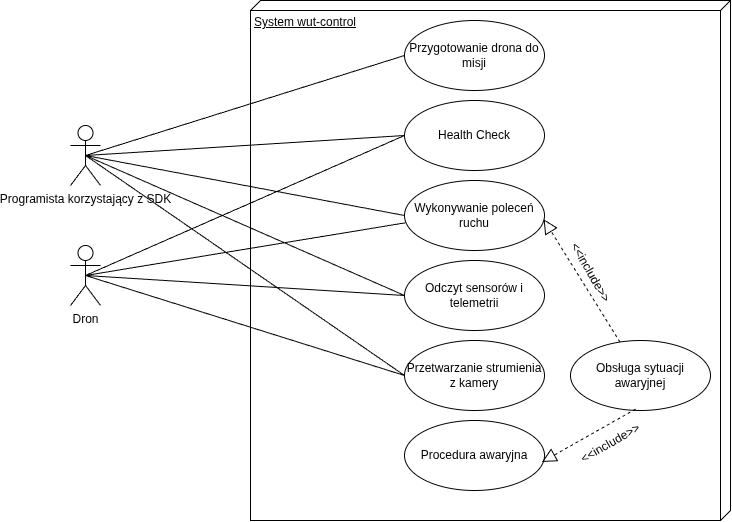
Above: docs/diagrams/use_case_diagram.png in FilipBaron/SDK_dron (draw.io), before the change. Source tidied: cells renumbered, new cells last; positions are measured from the earlier drawing's top-left corner, leaving out a move shared by most shapes. Its diagram source:
```xml
<mxGraphModel>
  <root>
    <mxCell id="0" />
    <mxCell id="1" parent="0" />
    <mxCell id="2" value="Programista korzystający z SDK" style="shape=umlActor;verticalLabelPosition=bottom;verticalAlign=top;html=1;labelPerimeter=1;" parent="1" vertex="1">
      <mxGeometry y="125" width="30" height="60" as="geometry" />
    </mxCell>
    <mxCell id="3" value="System wut-control&lt;div&gt;&lt;br&gt;&lt;/div&gt;" style="verticalAlign=top;align=left;spacingTop=8;spacingLeft=2;spacingRight=12;shape=cube;size=10;direction=south;fontStyle=4;html=1;whiteSpace=wrap;" parent="1" vertex="1">
      <mxGeometry x="180" width="480" height="520" as="geometry" />
    </mxCell>
    <mxCell id="4" value="Przygotowanie drona do misji" style="ellipse;whiteSpace=wrap;html=1;" parent="1" vertex="1">
      <mxGeometry x="334" y="20" width="140" height="70" as="geometry" />
    </mxCell>
    <mxCell id="5" value="Health Check" style="ellipse;whiteSpace=wrap;html=1;" parent="1" vertex="1">
      <mxGeometry x="334" y="100" width="140" height="70" as="geometry" />
    </mxCell>
    <mxCell id="6" value="Wykonywanie poleceń ruchu" style="ellipse;whiteSpace=wrap;html=1;" parent="1" vertex="1">
      <mxGeometry x="334" y="180" width="140" height="70" as="geometry" />
    </mxCell>
    <mxCell id="7" value="Odczyt sensorów i telemetrii" style="ellipse;whiteSpace=wrap;html=1;" parent="1" vertex="1">
      <mxGeometry x="334" y="260" width="140" height="70" as="geometry" />
    </mxCell>
    <mxCell id="8" value="Przetwarzanie strumienia z kamery" style="ellipse;whiteSpace=wrap;html=1;" parent="1" vertex="1">
      <mxGeometry x="334" y="340" width="140" height="70" as="geometry" />
    </mxCell>
    <mxCell id="9" value="Procedura awaryjna" style="ellipse;whiteSpace=wrap;html=1;" parent="1" vertex="1">
      <mxGeometry x="334" y="420" width="140" height="70" as="geometry" />
    </mxCell>
    <mxCell id="10" value="Obsługa sytuacji awaryjnej" style="ellipse;whiteSpace=wrap;html=1;" parent="1" vertex="1">
      <mxGeometry x="500" y="340" width="140" height="70" as="geometry" />
    </mxCell>
    <mxCell id="11" style="endArrow=block;dashed=1;endFill=0;endSize=12;html=1;rounded=0;defaultLabelBackgroundColor=page;entryX=0.994;entryY=0.554;entryDx=0;entryDy=0;entryPerimeter=0;" parent="1" edge="1" source="10" target="6">
      <mxGeometry relative="1" as="geometry" />
    </mxCell>
    <mxCell id="12" style="endArrow=block;dashed=1;endFill=0;endSize=12;html=1;rounded=0;defaultLabelBackgroundColor=page;exitX=0.465;exitY=0.98;exitDx=0;exitDy=0;exitPerimeter=0;entryX=0.982;entryY=0.593;entryDx=0;entryDy=0;entryPerimeter=0;" parent="1" edge="1" source="10" target="9">
      <mxGeometry relative="1" as="geometry" />
    </mxCell>
    <mxCell id="13" value="&amp;lt;&amp;lt;include&amp;gt;&amp;gt;" style="text;html=1;whiteSpace=wrap;strokeColor=none;fillColor=none;align=center;verticalAlign=middle;rounded=0;rotation=-30;" parent="1" vertex="1">
      <mxGeometry x="520" y="430" width="40" height="25" as="geometry" />
    </mxCell>
    <mxCell id="14" value="&amp;lt;&amp;lt;include&amp;gt;&amp;gt;" style="text;html=1;whiteSpace=wrap;strokeColor=none;fillColor=none;align=center;verticalAlign=middle;rounded=0;rotation=60;" parent="1" vertex="1">
      <mxGeometry x="500" y="260" width="40" height="25" as="geometry" />
    </mxCell>
    <mxCell id="15" value="Dron&lt;div&gt;&lt;br&gt;&lt;/div&gt;" style="shape=umlActor;verticalLabelPosition=bottom;verticalAlign=top;html=1;outlineConnect=0;labelPerimeter=1;" parent="1" vertex="1">
      <mxGeometry y="245" width="30" height="60" as="geometry" />
    </mxCell>
    <mxCell id="16" style="endArrow=none;html=1;rounded=0;defaultLabelBackgroundColor=page;entryX=0;entryY=0.5;entryDx=0;entryDy=0;exitX=0.5;exitY=0.5;exitDx=0;exitDy=0;exitPerimeter=0;endFill=0;" parent="1" edge="1" source="15" target="5">
      <mxGeometry relative="1" as="geometry" />
    </mxCell>
    <mxCell id="17" style="endArrow=none;html=1;rounded=0;defaultLabelBackgroundColor=page;exitX=0.5;exitY=0.5;exitDx=0;exitDy=0;exitPerimeter=0;entryX=0;entryY=0.5;entryDx=0;entryDy=0;endFill=0;" parent="1" edge="1" source="15" target="7">
      <mxGeometry relative="1" as="geometry" />
    </mxCell>
    <mxCell id="18" style="endArrow=none;html=1;rounded=0;defaultLabelBackgroundColor=page;exitX=0.5;exitY=0.5;exitDx=0;exitDy=0;exitPerimeter=0;entryX=0;entryY=0.5;entryDx=0;entryDy=0;endFill=0;" parent="1" edge="1" source="15" target="8">
      <mxGeometry relative="1" as="geometry" />
    </mxCell>
    <mxCell id="19" style="endArrow=none;html=1;rounded=0;defaultLabelBackgroundColor=page;exitX=0.008;exitY=0.604;exitDx=0;exitDy=0;exitPerimeter=0;entryX=0.5;entryY=0.5;entryDx=0;entryDy=0;entryPerimeter=0;endFill=0;" parent="1" edge="1" source="6" target="15">
      <mxGeometry relative="1" as="geometry" />
    </mxCell>
    <mxCell id="20" style="endArrow=none;html=1;rounded=0;defaultLabelBackgroundColor=page;exitX=0.5;exitY=0.5;exitDx=0;exitDy=0;exitPerimeter=0;entryX=0;entryY=0.5;entryDx=0;entryDy=0;endFill=0;" parent="1" edge="1" source="2" target="4">
      <mxGeometry relative="1" as="geometry" />
    </mxCell>
    <mxCell id="21" style="endArrow=none;html=1;rounded=0;defaultLabelBackgroundColor=page;exitX=0.5;exitY=0.5;exitDx=0;exitDy=0;exitPerimeter=0;entryX=0;entryY=0.5;entryDx=0;entryDy=0;endFill=0;" parent="1" edge="1" source="2" target="5">
      <mxGeometry relative="1" as="geometry" />
    </mxCell>
    <mxCell id="22" style="endArrow=none;html=1;rounded=0;defaultLabelBackgroundColor=page;exitX=0.5;exitY=0.5;exitDx=0;exitDy=0;exitPerimeter=0;entryX=0;entryY=0.5;entryDx=0;entryDy=0;endFill=0;" parent="1" edge="1" source="2" target="6">
      <mxGeometry relative="1" as="geometry" />
    </mxCell>
    <mxCell id="23" style="endArrow=none;html=1;rounded=0;defaultLabelBackgroundColor=page;exitX=0.5;exitY=0.5;exitDx=0;exitDy=0;exitPerimeter=0;entryX=0;entryY=0.5;entryDx=0;entryDy=0;endFill=0;" parent="1" edge="1" source="2" target="7">
      <mxGeometry relative="1" as="geometry" />
    </mxCell>
    <mxCell id="24" style="endArrow=none;html=1;rounded=0;defaultLabelBackgroundColor=page;exitX=0.5;exitY=0.5;exitDx=0;exitDy=0;exitPerimeter=0;entryX=0;entryY=0.5;entryDx=0;entryDy=0;endFill=0;" parent="1" edge="1" source="2" target="8">
      <mxGeometry relative="1" as="geometry" />
    </mxCell>
  </root>
</mxGraphModel>
```
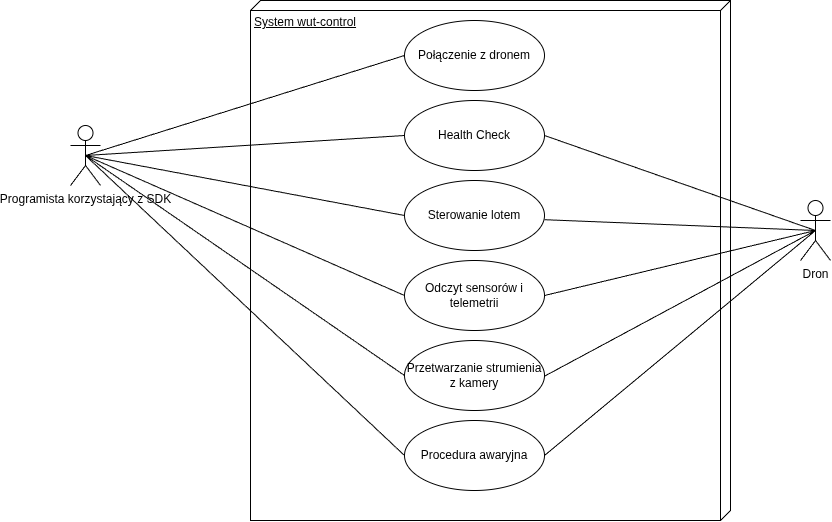
After the change.

Diff of the diagram source:
```diff
@@ -8,15 +8,15 @@
     <mxCell id="3" value="System wut-control&lt;div&gt;&lt;br&gt;&lt;/div&gt;" style="verticalAlign=top;align=left;spacingTop=8;spacingLeft=2;spacingRight=12;shape=cube;size=10;direction=south;fontStyle=4;html=1;whiteSpace=wrap;" parent="1" vertex="1">
       <mxGeometry x="180" width="480" height="520" as="geometry" />
     </mxCell>
-    <mxCell id="4" value="Przygotowanie drona do misji" style="ellipse;whiteSpace=wrap;html=1;" parent="1" vertex="1">
-      <mxGeometry x="334" y="20" width="140" height="70" as="geometry" />
-    </mxCell>
+    <mxCell id="25" value="Połączenie z dronem" style="ellipse;whiteSpace=wrap;html=1;" parent="1" vertex="1">
+      <mxGeometry x="334" y="20" width="140" height="70" as="geometry" />
+    </mxCell>
     <mxCell id="5" value="Health Check" style="ellipse;whiteSpace=wrap;html=1;" parent="1" vertex="1">
       <mxGeometry x="334" y="100" width="140" height="70" as="geometry" />
     </mxCell>
-    <mxCell id="6" value="Wykonywanie poleceń ruchu" style="ellipse;whiteSpace=wrap;html=1;" parent="1" vertex="1">
-      <mxGeometry x="334" y="180" width="140" height="70" as="geometry" />
-    </mxCell>
+    <mxCell id="26" value="Sterowanie lotem" style="ellipse;whiteSpace=wrap;html=1;" parent="1" vertex="1">
+      <mxGeometry x="334" y="180" width="140" height="70" as="geometry" />
+    </mxCell>
     <mxCell id="7" value="Odczyt sensorów i telemetrii" style="ellipse;whiteSpace=wrap;html=1;" parent="1" vertex="1">
       <mxGeometry x="334" y="260" width="140" height="70" as="geometry" />
     </mxCell>
@@ -26,50 +26,41 @@
     <mxCell id="9" value="Procedura awaryjna" style="ellipse;whiteSpace=wrap;html=1;" parent="1" vertex="1">
       <mxGeometry x="334" y="420" width="140" height="70" as="geometry" />
     </mxCell>
-    <mxCell id="10" value="Obsługa sytuacji awaryjnej" style="ellipse;whiteSpace=wrap;html=1;" parent="1" vertex="1">
-      <mxGeometry x="500" y="340" width="140" height="70" as="geometry" />
-    </mxCell>
-    <mxCell id="11" style="endArrow=block;dashed=1;endFill=0;endSize=12;html=1;rounded=0;defaultLabelBackgroundColor=page;entryX=0.994;entryY=0.554;entryDx=0;entryDy=0;entryPerimeter=0;" parent="1" edge="1" source="10" target="6">
-      <mxGeometry relative="1" as="geometry" />
-    </mxCell>
-    <mxCell id="12" style="endArrow=block;dashed=1;endFill=0;endSize=12;html=1;rounded=0;defaultLabelBackgroundColor=page;exitX=0.465;exitY=0.98;exitDx=0;exitDy=0;exitPerimeter=0;entryX=0.982;entryY=0.593;entryDx=0;entryDy=0;entryPerimeter=0;" parent="1" edge="1" source="10" target="9">
-      <mxGeometry relative="1" as="geometry" />
-    </mxCell>
-    <mxCell id="13" value="&amp;lt;&amp;lt;include&amp;gt;&amp;gt;" style="text;html=1;whiteSpace=wrap;strokeColor=none;fillColor=none;align=center;verticalAlign=middle;rounded=0;rotation=-30;" parent="1" vertex="1">
-      <mxGeometry x="520" y="430" width="40" height="25" as="geometry" />
-    </mxCell>
-    <mxCell id="14" value="&amp;lt;&amp;lt;include&amp;gt;&amp;gt;" style="text;html=1;whiteSpace=wrap;strokeColor=none;fillColor=none;align=center;verticalAlign=middle;rounded=0;rotation=60;" parent="1" vertex="1">
-      <mxGeometry x="500" y="260" width="40" height="25" as="geometry" />
-    </mxCell>
     <mxCell id="15" value="Dron&lt;div&gt;&lt;br&gt;&lt;/div&gt;" style="shape=umlActor;verticalLabelPosition=bottom;verticalAlign=top;html=1;outlineConnect=0;labelPerimeter=1;" parent="1" vertex="1">
-      <mxGeometry y="245" width="30" height="60" as="geometry" />
+      <mxGeometry x="730" y="200" width="30" height="60" as="geometry" />
     </mxCell>
-    <mxCell id="16" style="endArrow=none;html=1;rounded=0;defaultLabelBackgroundColor=page;entryX=0;entryY=0.5;entryDx=0;entryDy=0;exitX=0.5;exitY=0.5;exitDx=0;exitDy=0;exitPerimeter=0;endFill=0;" parent="1" edge="1" source="15" target="5">
+    <mxCell id="16" style="endArrow=none;html=1;rounded=0;defaultLabelBackgroundColor=page;entryX=1;entryY=0.5;entryDx=0;entryDy=0;exitX=0.5;exitY=0.5;exitDx=0;exitDy=0;exitPerimeter=0;endFill=0;" parent="1" edge="1" source="15" target="5">
       <mxGeometry relative="1" as="geometry" />
     </mxCell>
-    <mxCell id="17" style="endArrow=none;html=1;rounded=0;defaultLabelBackgroundColor=page;exitX=0.5;exitY=0.5;exitDx=0;exitDy=0;exitPerimeter=0;entryX=0;entryY=0.5;entryDx=0;entryDy=0;endFill=0;" parent="1" edge="1" source="15" target="7">
+    <mxCell id="17" style="endArrow=none;html=1;rounded=0;defaultLabelBackgroundColor=page;exitX=0.5;exitY=0.5;exitDx=0;exitDy=0;exitPerimeter=0;entryX=1;entryY=0.5;entryDx=0;entryDy=0;endFill=0;" parent="1" edge="1" source="15" target="7">
       <mxGeometry relative="1" as="geometry" />
     </mxCell>
-    <mxCell id="18" style="endArrow=none;html=1;rounded=0;defaultLabelBackgroundColor=page;exitX=0.5;exitY=0.5;exitDx=0;exitDy=0;exitPerimeter=0;entryX=0;entryY=0.5;entryDx=0;entryDy=0;endFill=0;" parent="1" edge="1" source="15" target="8">
+    <mxCell id="18" style="endArrow=none;html=1;rounded=0;defaultLabelBackgroundColor=page;exitX=0.5;exitY=0.5;exitDx=0;exitDy=0;exitPerimeter=0;entryX=0.999;entryY=0.511;entryDx=0;entryDy=0;endFill=0;entryPerimeter=0;" parent="1" edge="1" source="15" target="8">
       <mxGeometry relative="1" as="geometry" />
     </mxCell>
-    <mxCell id="19" style="endArrow=none;html=1;rounded=0;defaultLabelBackgroundColor=page;exitX=0.008;exitY=0.604;exitDx=0;exitDy=0;exitPerimeter=0;entryX=0.5;entryY=0.5;entryDx=0;entryDy=0;entryPerimeter=0;endFill=0;" parent="1" edge="1" source="6" target="15">
-      <mxGeometry relative="1" as="geometry" />
-    </mxCell>
-    <mxCell id="20" style="endArrow=none;html=1;rounded=0;defaultLabelBackgroundColor=page;exitX=0.5;exitY=0.5;exitDx=0;exitDy=0;exitPerimeter=0;entryX=0;entryY=0.5;entryDx=0;entryDy=0;endFill=0;" parent="1" edge="1" source="2" target="4">
-      <mxGeometry relative="1" as="geometry" />
-    </mxCell>
+    <mxCell id="27" style="endArrow=none;html=1;rounded=0;defaultLabelBackgroundColor=page;entryX=0.5;entryY=0.5;entryDx=0;entryDy=0;entryPerimeter=0;endFill=0;exitX=1;exitY=0.56;exitDx=0;exitDy=0;exitPerimeter=0;" parent="1" edge="1" source="26" target="15">
+      <mxGeometry relative="1" as="geometry" />
+    </mxCell>
+    <mxCell id="28" style="endArrow=none;html=1;rounded=0;defaultLabelBackgroundColor=page;exitX=0.5;exitY=0.5;exitDx=0;exitDy=0;exitPerimeter=0;entryX=0;entryY=0.5;entryDx=0;entryDy=0;endFill=0;" parent="1" edge="1" source="2" target="25">
+      <mxGeometry relative="1" as="geometry" />
+    </mxCell>
     <mxCell id="21" style="endArrow=none;html=1;rounded=0;defaultLabelBackgroundColor=page;exitX=0.5;exitY=0.5;exitDx=0;exitDy=0;exitPerimeter=0;entryX=0;entryY=0.5;entryDx=0;entryDy=0;endFill=0;" parent="1" edge="1" source="2" target="5">
       <mxGeometry relative="1" as="geometry" />
     </mxCell>
-    <mxCell id="22" style="endArrow=none;html=1;rounded=0;defaultLabelBackgroundColor=page;exitX=0.5;exitY=0.5;exitDx=0;exitDy=0;exitPerimeter=0;entryX=0;entryY=0.5;entryDx=0;entryDy=0;endFill=0;" parent="1" edge="1" source="2" target="6">
-      <mxGeometry relative="1" as="geometry" />
-    </mxCell>
+    <mxCell id="29" style="endArrow=none;html=1;rounded=0;defaultLabelBackgroundColor=page;exitX=0.5;exitY=0.5;exitDx=0;exitDy=0;exitPerimeter=0;entryX=0;entryY=0.5;entryDx=0;entryDy=0;endFill=0;" parent="1" edge="1" source="2" target="26">
+      <mxGeometry relative="1" as="geometry" />
+    </mxCell>
     <mxCell id="23" style="endArrow=none;html=1;rounded=0;defaultLabelBackgroundColor=page;exitX=0.5;exitY=0.5;exitDx=0;exitDy=0;exitPerimeter=0;entryX=0;entryY=0.5;entryDx=0;entryDy=0;endFill=0;" parent="1" edge="1" source="2" target="7">
       <mxGeometry relative="1" as="geometry" />
     </mxCell>
     <mxCell id="24" style="endArrow=none;html=1;rounded=0;defaultLabelBackgroundColor=page;exitX=0.5;exitY=0.5;exitDx=0;exitDy=0;exitPerimeter=0;entryX=0;entryY=0.5;entryDx=0;entryDy=0;endFill=0;" parent="1" edge="1" source="2" target="8">
       <mxGeometry relative="1" as="geometry" />
     </mxCell>
+    <mxCell id="30" style="endArrow=none;html=1;rounded=0;defaultLabelBackgroundColor=page;labelPadding=0 4;exitX=0.5;exitY=0.5;exitDx=0;exitDy=0;exitPerimeter=0;entryX=0;entryY=0.5;entryDx=0;entryDy=0;" parent="1" edge="1" source="2" target="9">
+      <mxGeometry relative="1" as="geometry" />
+    </mxCell>
+    <mxCell id="31" style="endArrow=none;html=1;rounded=0;defaultLabelBackgroundColor=page;labelPadding=0 4;entryX=0.5;entryY=0.5;entryDx=0;entryDy=0;entryPerimeter=0;exitX=1;exitY=0.5;exitDx=0;exitDy=0;" parent="1" edge="1" source="9" target="15">
+      <mxGeometry relative="1" as="geometry" />
+    </mxCell>
   </root>
 </mxGraphModel>
```
